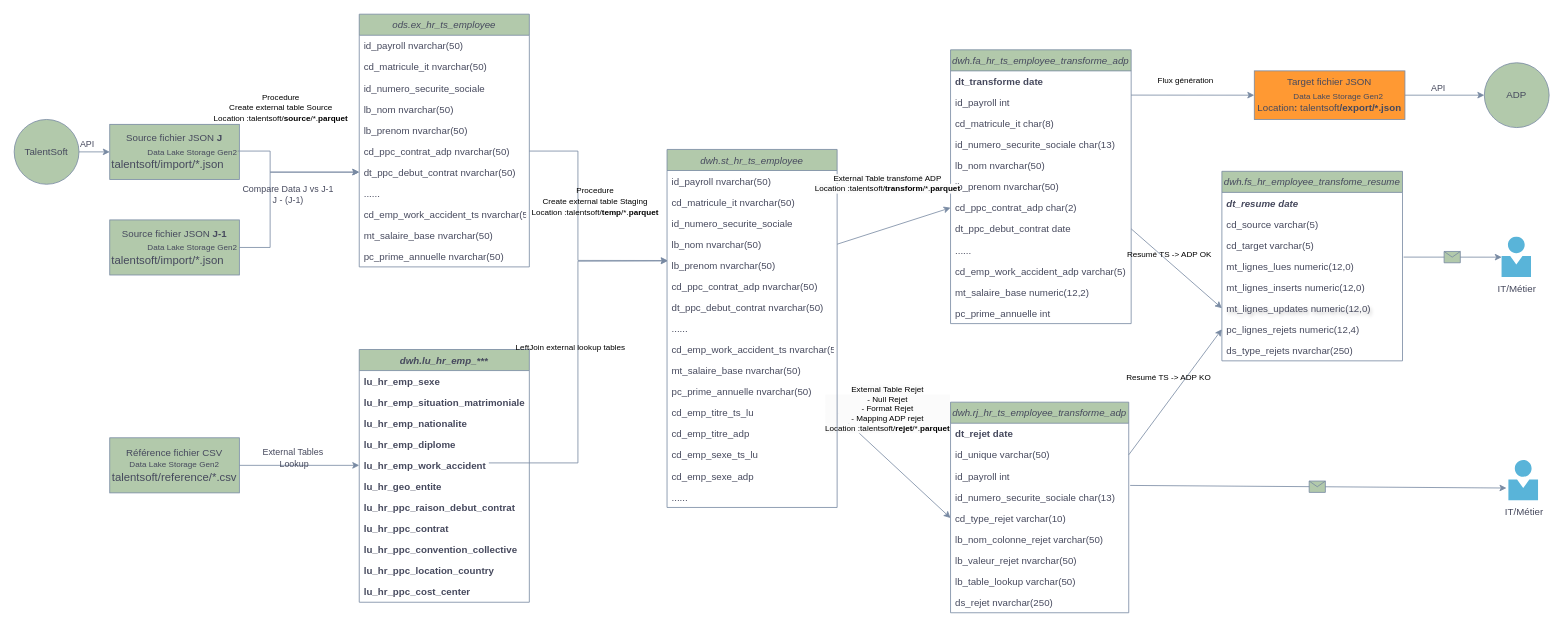
YLIUSBI/Motul-Interface-SIRH keeps this draw.io diagram as page "Copie de TS->ADP" (2 of 6) of Conception Interface SIRH.drawio. Above is the earlier version. Source tidied: cells renumbered, new cells numbered last; positions are measured from the earlier drawing's top-left corner, leaving out a move shared by most shapes. Both pictures are drawn from the tidied source at 81%, with x=0, y=0 at pixel (14, 14).
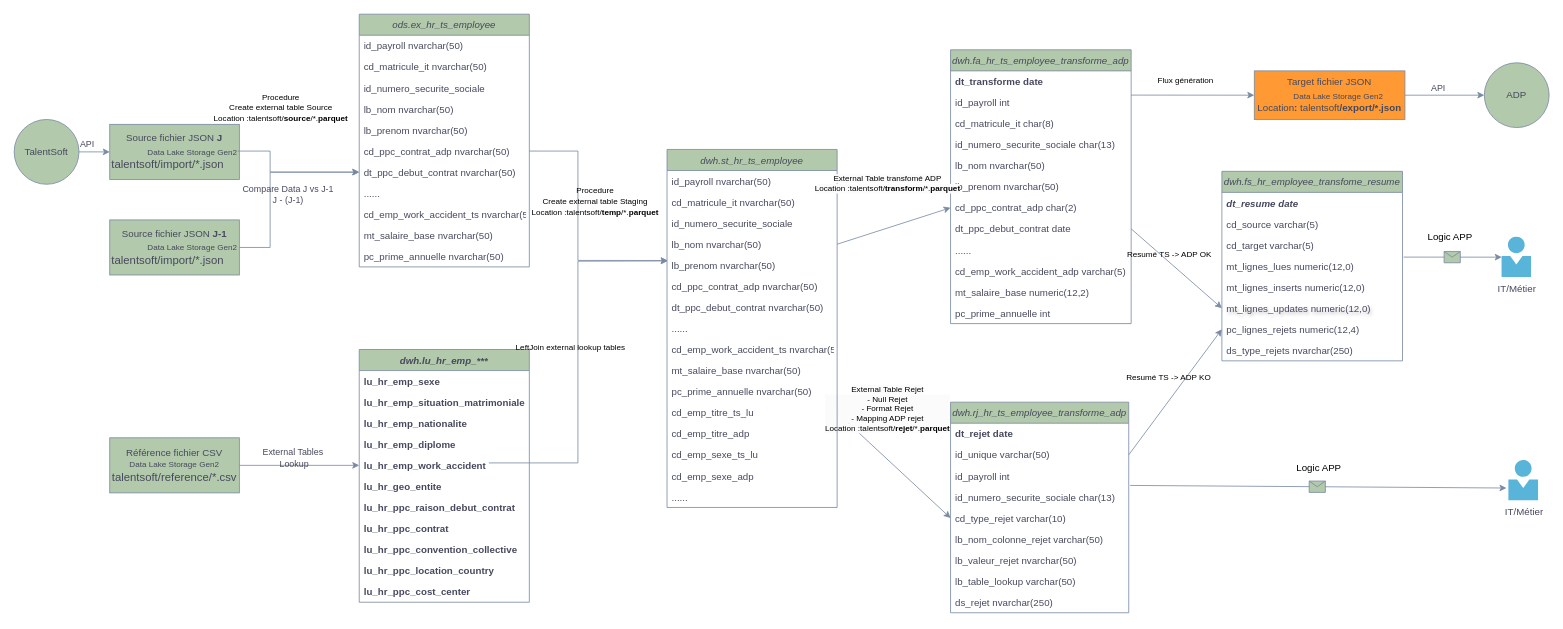
The same diagram, later.

Commit message:
Mettre à jour Conception Interface SIRH.drawio

Diff of the diagram source:
```diff
@@
+    <mxCell id="111" value="Logic APP" style="text;html=1;align=center;verticalAlign=middle;whiteSpace=wrap;rounded=0;" parent="1" vertex="1">
+      <mxGeometry x="1743" y="260" width="60" height="30" as="geometry" />
+    </mxCell>
+    <mxCell id="112" value="Logic APP" style="text;html=1;align=center;verticalAlign=middle;whiteSpace=wrap;rounded=0;" parent="1" vertex="1">
+      <mxGeometry x="1581" y="546" width="60" height="30" as="geometry" />
+    </mxCell>
```
